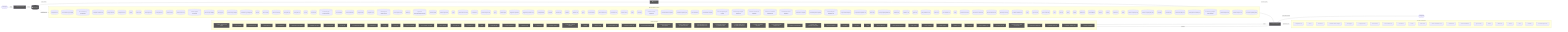
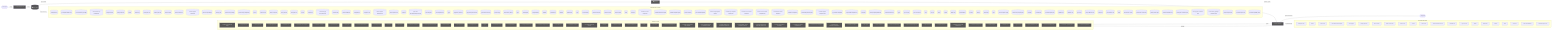
flowchart LR
  UserQ(["👤 User Query"])
  Embed["📐 Embedding Model"]
  VecDB[("📚 Vector Store")]
  Retriever["🔍 Retriever"]
  LLMNode["🧠 LLM / Generator"]
  Output(["✅ Response"])
  UserQ -->|query| Embed
  Embed -->|vector| VecDB
  VecDB -->|top-k chunks| Retriever
  Retriever -->|context + query| LLMNode
  LLMNode -->|generated answer| Output
  subgraph DetectedMemory["Detected memory stores"]
    det_detectedmemory_cli_dispatch_test_54c9f17b[("cli-dispatch.test")]
+     det_detectedmemory_pr_template_validator_test_569b1cef[("pr-template-validator.test")]
    det_detectedmemory_run_local_memory_preflight_36e92808[("run-local-memory-preflight")]
    det_detectedmemory_run_local_memory_preflight_test_1d7c5aa0[("run-local-memory-preflight.test")]
-     det_detectedmemory_pr_template_validator_test_569b1cef[("pr-template-validator.test")]
    det_detectedmemory_tooling_audit_test_d2aee28c[("tooling-audit.test")]
    det_detectedmemory_tooling_audit_core_328d6a41[("tooling-audit-core")]
    det_detectedmemory_search_24193290[("search")]
    det_detectedmemory_search_test_0c66bc11[("search.test")]
    det_detectedmemory_review_gate_test_000e2ed6[("review-gate.test")]
    det_detectedmemory_review_gate_core_4c8001f9[("review-gate-core")]
    det_detectedmemory_review_context_ca6cf81d[("review-context")]
    det_detectedmemory_review_context_test_89806d6c[("review-context.test")]
    det_detectedmemory_refresh_diagram_context_test_03bf21c4[("refresh-diagram-context.test")]
    det_detectedmemory_pattern_scope_siblings_43abe000[("pattern-scope-siblings")]
    det_detectedmemory_memory_gate_a577a506[("memory-gate")]
    det_detectedmemory_local_memory_preflight_dcc36c42[("local-memory-preflight")]
    det_detectedmemory_local_memory_preflight_test_5e323bbf[("local-memory-preflight.test")]
    det_detectedmemory_init_test_cbba76a6[("init.test")]
    det_detectedmemory_index_context_de3ed39d[("index-context")]
    det_detectedmemory_index_context_test_1949ea6f[("index-context.test")]
    det_detectedmemory_docs_gate_test_a25e972f[("docs-gate.test")]
    det_detectedmemory_docs_gate_core_eb9b6c18[("docs-gate-core")]
    det_detectedmemory_context_ea7792a2[("context")]
    det_detectedmemory_context_test_57aad306[("context.test")]
    det_detectedmemory_context_integrity_acceptance_test_59f961b1[("context-integrity-acceptance.test")]
    det_detectedmemory_context_health_80bb7da9[("context-health")]
    det_detectedmemory_context_health_test_3b5b87f3[("context-health.test")]
    det_detectedmemory_ci_migrate_test_2a015bb9[("ci-migrate.test")]
    det_detectedmemory_ci_migrate_core_7005b5af[("ci-migrate-core")]
    det_detectedmemory_check_diagram_freshness_test_c1dc40aa[("check-diagram-freshness.test")]
    det_detectedmemory_branch_protect_core_a8feb0fd[("branch-protect-core")]
    det_detectedmemory_brain_test_428d4d67[("brain.test")]
    det_detectedmemory_agent_first_throughput_integration_test_dc677cc4[("agent-first-throughput.integration.test")]
    det_detectedmemory_overload_guard_2748c559[("overload-guard")]
    det_detectedmemory_overload_guard_test_6ece9f86[("overload-guard.test")]
-     det_detectedmemory_types_2_d9bc6e7a[("types")]
+     det_detectedmemory_types_3_9675d69b[("types")]
+     det_detectedmemory_suggestion_generator_0956f794[("suggestion-generator")]
+     det_detectedmemory_suggestion_generator_test_f68e9892[("suggestion-generator.test")]
    det_detectedmemory_performance_overload_c685bfcf[("performance-overload")]
    det_detectedmemory_local_memory_0db17ecc[("local-memory")]
    det_detectedmemory_local_memory_smoke_1175abfc[("local-memory-smoke")]
-     det_detectedmemory_types_7_2f1ed65e[("types")]
+     det_detectedmemory_types_8_f6283648[("types")]
    det_detectedmemory_claim_helpers_20dc8387[("claim-helpers")]
-     det_detectedmemory_suggestion_generator_0956f794[("suggestion-generator")]
-     det_detectedmemory_suggestion_generator_test_f68e9892[("suggestion-generator.test")]
    det_detectedmemory_tooling_baseline_50ab2eeb[("tooling-baseline")]
    det_detectedmemory_classifier_fe1991a9[("classifier")]
    det_detectedmemory_classifier_test_3859cceb[("classifier.test")]
    det_detectedmemory_validator_1_0c0621d8[("validator")]
    det_detectedmemory_validator_test_1_c5015ca0[("validator.test")]
-     det_detectedmemory_types_11_4be3ee64[("types")]
+     det_detectedmemory_types_12_2b09659a[("types")]
    det_detectedmemory_metrics_tracker_98cec29c[("metrics-tracker")]
    det_detectedmemory_metrics_tracker_test_3de156fa[("metrics-tracker.test")]
    det_detectedmemory_branch_enforcer_acb749cd[("branch-enforcer")]
    det_detectedmemory_review_context_1_e3afed15[("review-context")]
    det_detectedmemory_index_2_10143590[("index")]
    det_detectedmemory_eval_seed_5699fd3e[("eval-seed")]
    det_detectedmemory_workflow_contract_scripts_test_681e2e3c[("workflow-contract-scripts.test")]
    det_detectedmemory_scaffold_workflow_template_92310587[("scaffold-workflow-template")]
    det_detectedmemory_scaffold_template_registry_b1cce2aa[("scaffold-template-registry")]
    det_detectedmemory_scaffold_surfaces_12d6494e[("scaffold-surfaces")]
    det_detectedmemory_scaffold_shell_templates_0ad0f915[("scaffold-shell-templates")]
    det_detectedmemory_scaffold_script_template_registry_69312d4e[("scaffold-script-template-registry")]
    det_detectedmemory_scaffold_script_template_registry_test_6a8ebefe[("scaffold-script-template-registry.test")]
    det_detectedmemory_scaffold_root_command_templates_404fed7f[("scaffold-root-command-templates")]
    det_detectedmemory_scaffold_root_command_templates_test_14596939[("scaffold-root-command-templates.test")]
    det_detectedmemory_scaffold_environment_templates_c1ceba6a[("scaffold-environment-templates")]
    det_detectedmemory_scaffold_doc_templates_f6152330[("scaffold-doc-templates")]
    det_detectedmemory_scaffold_diagram_templates_dd88e83c[("scaffold-diagram-templates")]
    det_detectedmemory_scaffold_diagram_templates_test_f3774c28[("scaffold-diagram-templates.test")]
    det_detectedmemory_project_brain_templates_7ef51530[("project-brain-templates")]
    det_detectedmemory_project_brain_templates_test_0b6509f2[("project-brain-templates.test")]
    det_detectedmemory_init_modes_c05ceb07[("init-modes")]
    det_detectedmemory_codex_preflight_symlink_test_037558db[("codex-preflight-symlink.test")]
-     det_detectedmemory_validator_test_5_2bb3219d[("validator.test")]
-     det_detectedmemory_validator_core_1_1518647e[("validator-core")]
-     det_detectedmemory_types_core_1_8bd0f8fd[("types-core")]
-     det_detectedmemory_policy_validators_core_714a3fe7[("policy-validators-core")]
-     det_detectedmemory_loader_test_03424671[("loader.test")]
-     det_detectedmemory_json_schema_core_96d7e328[("json-schema-core")]
-     det_detectedmemory_index_5_522f772a[("index")]
-     det_detectedmemory_harness_run_context_ac7c77a9[("harness-run-context")]
-     det_detectedmemory_harness_run_context_test_c6937fed[("harness-run-context.test")]
    det_detectedmemory_harness_decision_test_7e5a4fe5[("harness-decision.test")]
-     det_detectedmemory_branch_protect_sync_570adb18[("branch-protect-sync")]
-     det_detectedmemory_module_boundaries_test_c0caf46b[("module-boundaries.test")]
-     det_detectedmemory_types_20_071a0112[("types")]
+     det_detectedmemory_types_18_37582e2a[("types")]
    det_detectedmemory_sync_contract_c79fa191[("sync-contract")]
    det_detectedmemory_sync_contract_test_5dc3165c[("sync-contract.test")]
    det_detectedmemory_store_824d80d7[("store")]
    det_detectedmemory_sources_1_e133d97d[("sources")]
    det_detectedmemory_rollout_a4fa034c[("rollout")]
    det_detectedmemory_ollama_76e3c7bf[("ollama")]
    det_detectedmemory_ollama_test_71f9750e[("ollama.test")]
    det_detectedmemory_lexical_fallback_723e2b3e[("lexical-fallback")]
    det_detectedmemory_init_error_5c7dd49f[("init-error")]
    det_detectedmemory_indexer_70fa78e5[("indexer")]
    det_detectedmemory_indexer_test_d492f0aa[("indexer.test")]
-     det_detectedmemory_index_6_fc9e91e2[("index")]
+     det_detectedmemory_index_5_522f772a[("index")]
    det_detectedmemory_context_compact_policy_3dcaf95d[("context-compact-policy")]
    det_detectedmemory_context_compact_policy_test_da148267[("context-compact-policy.test")]
    det_detectedmemory_constants_7517017f[("constants")]
    det_detectedmemory_constants_test_5492ae98[("constants.test")]
    det_detectedmemory_command_registry_test_0cf92cba[("command-registry.test")]
+     det_detectedmemory_validator_test_5_2bb3219d[("validator.test")]
+     det_detectedmemory_validator_core_1_1518647e[("validator-core")]
+     det_detectedmemory_types_core_1_8bd0f8fd[("types-core")]
+     det_detectedmemory_policy_validators_core_714a3fe7[("policy-validators-core")]
+     det_detectedmemory_loader_test_03424671[("loader.test")]
+     det_detectedmemory_json_schema_core_96d7e328[("json-schema-core")]
+     det_detectedmemory_index_6_fc9e91e2[("index")]
+     det_detectedmemory_harness_run_context_ac7c77a9[("harness-run-context")]
+     det_detectedmemory_harness_run_context_test_c6937fed[("harness-run-context.test")]
+     det_detectedmemory_branch_protect_sync_570adb18[("branch-protect-sync")]
+     det_detectedmemory_module_boundaries_test_c0caf46b[("module-boundaries.test")]
    det_detectedmemory_review_gate_command_spec_3187376a[("review-gate-command-spec")]
+     det_detectedmemory_memory_gate_command_spec_dc9001a9[("memory-gate-command-spec")]
    det_detectedmemory_local_memory_preflight_command_spec_9e23f3ce[("local-memory-preflight-command-spec")]
    det_detectedmemory_command_specs_test_7f693e85[("command-specs.test")]
    det_detectedmemory_command_specs_core_1c0ffc99[("command-specs-core")]
    det_detectedmemory_command_capability_rules_ca3f496a[("command-capability-rules")]
  end
  VecDB -. "implemented by" .-> DetectedMemory
  subgraph DetectedLLM["Detected LLM clients"]
    det_detectedllm_cli_dispatch_test_54c9f17b["cli-dispatch.test"]
    det_detectedllm_search_24193290["search"]
    det_detectedllm_search_test_0c66bc11["search.test"]
    det_detectedllm_remediate_runner_helpers_929fedcc["remediate-runner-helpers"]
    det_detectedllm_prompt_gate_c5e9d207["prompt-gate"]
    det_detectedllm_prompt_gate_test_1a442b27["prompt-gate.test"]
    det_detectedllm_index_context_de3ed39d["index-context"]
    det_detectedllm_index_context_test_1949ea6f["index-context.test"]
    det_detectedllm_contract_test_2262847f["contract.test"]
    det_detectedllm_context_ea7792a2["context"]
    det_detectedllm_context_test_57aad306["context.test"]
    det_detectedllm_check_environment_core_2c16213f["check-environment-core"]
    det_detectedllm_sensitive_text_7c11f760["sensitive-text"]
-     det_detectedllm_north_star_validators_cfc926ce["north-star-validators"]
    det_detectedllm_sync_contract_c79fa191["sync-contract"]
    det_detectedllm_ollama_76e3c7bf["ollama"]
    det_detectedllm_ollama_test_71f9750e["ollama.test"]
    det_detectedllm_indexer_70fa78e5["indexer"]
-     det_detectedllm_index_6_fc9e91e2["index"]
+     det_detectedllm_index_5_522f772a["index"]
    det_detectedllm_constants_7517017f["constants"]
+     det_detectedllm_north_star_validators_cfc926ce["north-star-validators"]
    det_detectedllm_command_specs_core_1c0ffc99["command-specs-core"]
  end
  LLMNode -. "implemented by" .-> DetectedLLM
  subgraph DetectedTools["Agentic tool calls"]
    det_detectedtools_collect_observed_eval_usage_1724425c["🔧 collect-observed-eval-usage"]
    det_detectedtools_verify_work_test_0e12f6c5["🔧 verify-work.test"]
    det_detectedtools_review_gate_test_000e2ed6["🔧 review-gate.test"]
    det_detectedtools_review_gate_core_4c8001f9["🔧 review-gate-core"]
    det_detectedtools_remediate_test_6f59cafe["🔧 remediate.test"]
    det_detectedtools_remediate_runner_helpers_929fedcc["🔧 remediate-runner-helpers"]
    det_detectedtools_remediate_cli_output_cc165396["🔧 remediate-cli-output"]
    det_detectedtools_pr_closeout_test_1_be1a0df1["🔧 pr-closeout.test"]
    det_detectedtools_policy_gate_213f7313["🔧 policy-gate"]
    det_detectedtools_next_blocked_decisions_4140ad2b["🔧 next-blocked-decisions"]
    det_detectedtools_learnings_test_e45e0253["🔧 learnings.test"]
    det_detectedtools_init_test_cbba76a6["🔧 init.test"]
    det_detectedtools_doctor_test_e032e8b5["🔧 doctor.test"]
    det_detectedtools_doctor_tool_checks_4acac51a["🔧 doctor-tool-checks"]
    det_detectedtools_doctor_github_tool_checks_a53b0382["🔧 doctor-github-tool-checks"]
    det_detectedtools_doctor_checks_5a2eb2b9["🔧 doctor-checks"]
    det_detectedtools_docs_gate_test_a25e972f["🔧 docs-gate.test"]
    det_detectedtools_ci_migrate_core_7005b5af["🔧 ci-migrate-core"]
-     det_detectedtools_types_4_822d0f88["🔧 types"]
+     det_detectedtools_types_1_4ecdf56e["🔧 types"]
+     det_detectedtools_orchestrator_test_1_c291cde7["🔧 orchestrator.test"]
    det_detectedtools_tooling_baseline_50ab2eeb["🔧 tooling-baseline"]
    det_detectedtools_tooling_baseline_test_d272ddb6["🔧 tooling-baseline.test"]
-     det_detectedtools_orchestrator_test_1_c291cde7["🔧 orchestrator.test"]
+     det_detectedtools_evaluation_engine_core_e054fe49["🔧 evaluation-engine-core"]
    det_detectedtools_normalise_test_73e8a615["🔧 normalise.test"]
    det_detectedtools_normalise_renderer_85f2e563["🔧 normalise-renderer"]
    det_detectedtools_normalise_he_phase_exit_test_1788efc4["🔧 normalise-he-phase-exit.test"]
    det_detectedtools_validator_1_0c0621d8["🔧 validator"]
    det_detectedtools_metrics_tracker_98cec29c["🔧 metrics-tracker"]
    det_detectedtools_metrics_tracker_test_3de156fa["🔧 metrics-tracker.test"]
-     det_detectedtools_evaluation_engine_core_e054fe49["🔧 evaluation-engine-core"]
+     det_detectedtools_client_1_914e1681["🔧 client"]
+     det_detectedtools_pr_creator_dc6b1ea4["🔧 pr-creator"]
    det_detectedtools_scaffold_shell_quality_test_79567d03["🔧 scaffold-shell-quality.test"]
    det_detectedtools_scaffold_release_private_npm_template_075499f8["🔧 scaffold-release-private-npm-template"]
    det_detectedtools_scaffold_github_actions_pr_pipeline_template_e2b85f62["🔧 scaffold-github-actions-pr-pipeline-template"]
    det_detectedtools_scaffold_github_actions_pr_pipeline_template_test_be464a7b["🔧 scaffold-github-actions-pr-pipeline-template.test"]
    det_detectedtools_scaffold_github_actions_pr_pipeline_renderer_1ee18de5["🔧 scaffold-github-actions-pr-pipeline-renderer"]
    det_detectedtools_scaffold_github_actions_pr_pipeline_renderer_test_2cc38272["🔧 scaffold-github-actions-pr-pipeline-renderer.test"]
    det_detectedtools_scaffold_environment_templates_c1ceba6a["🔧 scaffold-environment-templates"]
    det_detectedtools_scaffold_environment_templates_test_b31b6a0c["🔧 scaffold-environment-templates.test"]
    det_detectedtools_scaffold_config_templates_4b80ce53["🔧 scaffold-config-templates"]
    det_detectedtools_scaffold_codex_environment_templates_334fbbed["🔧 scaffold-codex-environment-templates"]
    det_detectedtools_scaffold_ci_templates_2afd6392["🔧 scaffold-ci-templates"]
    det_detectedtools_init_output_360dce91["🔧 init-output"]
-     det_detectedtools_pr_creator_dc6b1ea4["🔧 pr-creator"]
-     det_detectedtools_client_1_914e1681["🔧 client"]
+     det_detectedtools_closure_evidence_aaa31467["🔧 closure-evidence"]
    det_detectedtools_observed_skill_usage_ed7d5930["🔧 observed-skill-usage"]
    det_detectedtools_observed_skill_usage_test_311c215a["🔧 observed-skill-usage.test"]
    det_detectedtools_ralph_runtime_73d63c0e["🔧 ralph-runtime"]
-     det_detectedtools_closure_evidence_aaa31467["🔧 closure-evidence"]
+     det_detectedtools_he_phase_exit_core_1148895b["🔧 he-phase-exit-core"]
+     det_detectedtools_harness_closeout_gate_contracts_test_db1c74a7["🔧 harness-closeout-gate-contracts.test"]
+     det_detectedtools_command_registry_test_0cf92cba["🔧 command-registry.test"]
    det_detectedtools_validator_helpers_7b927667["🔧 validator-helpers"]
    det_detectedtools_validator_core_1_1518647e["🔧 validator-core"]
    det_detectedtools_types_core_1_8bd0f8fd["🔧 types-core"]
    det_detectedtools_policy_validators_core_714a3fe7["🔧 policy-validators-core"]
-     det_detectedtools_he_phase_exit_core_1148895b["🔧 he-phase-exit-core"]
-     det_detectedtools_harness_closeout_gate_contracts_test_db1c74a7["🔧 harness-closeout-gate-contracts.test"]
    det_detectedtools_module_boundaries_test_c0caf46b["🔧 module-boundaries.test"]
-     det_detectedtools_command_registry_test_0cf92cba["🔧 command-registry.test"]
    det_detectedtools_command_capability_rules_ca3f496a["🔧 command-capability-rules"]
    det_detectedtools_command_capabilities_a4d5c71e["🔧 command-capabilities"]
  end
  LLMNode -->|tool use| DetectedTools
  DetectedTools -->|result| LLMNode
  classDef memNode fill:#555,color:#fff
  class VecDB,Retriever memNode
  classDef llmNode fill:#555,color:#fff
  class LLMNode,Embed llmNode
  classDef toolNode fill:#555,color:#fff
-   class det_detectedtools_collect_observed_eval_usage_1724425c,det_detectedtools_verify_work_test_0e12f6c5,det_detectedtools_review_gate_test_000e2ed6,det_detectedtools_review_gate_core_4c8001f9,det_detectedtools_remediate_test_6f59cafe,det_detectedtools_remediate_runner_helpers_929fedcc,det_detectedtools_remediate_cli_output_cc165396,det_detectedtools_pr_closeout_test_1_be1a0df1,det_detectedtools_policy_gate_213f7313,det_detectedtools_next_blocked_decisions_4140ad2b,det_detectedtools_learnings_test_e45e0253,det_detectedtools_init_test_cbba76a6,det_detectedtools_doctor_test_e032e8b5,det_detectedtools_doctor_tool_checks_4acac51a,det_detectedtools_doctor_github_tool_checks_a53b0382,det_detectedtools_doctor_checks_5a2eb2b9,det_detectedtools_docs_gate_test_a25e972f,det_detectedtools_ci_migrate_core_7005b5af,det_detectedtools_types_4_822d0f88,det_detectedtools_tooling_baseline_50ab2eeb,det_detectedtools_tooling_baseline_test_d272ddb6,det_detectedtools_orchestrator_test_1_c291cde7,det_detectedtools_normalise_test_73e8a615,det_detectedtools_normalise_renderer_85f2e563,det_detectedtools_normalise_he_phase_exit_test_1788efc4,det_detectedtools_validator_1_0c0621d8,det_detectedtools_metrics_tracker_98cec29c,det_detectedtools_metrics_tracker_test_3de156fa,det_detectedtools_evaluation_engine_core_e054fe49,det_detectedtools_scaffold_shell_quality_test_79567d03,det_detectedtools_scaffold_release_private_npm_template_075499f8,det_detectedtools_scaffold_github_actions_pr_pipeline_template_e2b85f62,det_detectedtools_scaffold_github_actions_pr_pipeline_template_test_be464a7b,det_detectedtools_scaffold_github_actions_pr_pipeline_renderer_1ee18de5,det_detectedtools_scaffold_github_actions_pr_pipeline_renderer_test_2cc38272,det_detectedtools_scaffold_environment_templates_c1ceba6a,det_detectedtools_scaffold_environment_templates_test_b31b6a0c,det_detectedtools_scaffold_config_templates_4b80ce53,det_detectedtools_scaffold_codex_environment_templates_334fbbed,det_detectedtools_scaffold_ci_templates_2afd6392,det_detectedtools_init_output_360dce91,det_detectedtools_pr_creator_dc6b1ea4,det_detectedtools_client_1_914e1681,det_detectedtools_observed_skill_usage_ed7d5930,det_detectedtools_observed_skill_usage_test_311c215a,det_detectedtools_ralph_runtime_73d63c0e,det_detectedtools_closure_evidence_aaa31467,det_detectedtools_validator_helpers_7b927667,det_detectedtools_validator_core_1_1518647e,det_detectedtools_types_core_1_8bd0f8fd,det_detectedtools_policy_validators_core_714a3fe7,det_detectedtools_he_phase_exit_core_1148895b,det_detectedtools_harness_closeout_gate_contracts_test_db1c74a7,det_detectedtools_module_boundaries_test_c0caf46b,det_detectedtools_command_registry_test_0cf92cba,det_detectedtools_command_capability_rules_ca3f496a,det_detectedtools_command_capabilities_a4d5c71e toolNode
+   class det_detectedtools_collect_observed_eval_usage_1724425c,det_detectedtools_verify_work_test_0e12f6c5,det_detectedtools_review_gate_test_000e2ed6,det_detectedtools_review_gate_core_4c8001f9,det_detectedtools_remediate_test_6f59cafe,det_detectedtools_remediate_runner_helpers_929fedcc,det_detectedtools_remediate_cli_output_cc165396,det_detectedtools_pr_closeout_test_1_be1a0df1,det_detectedtools_policy_gate_213f7313,det_detectedtools_next_blocked_decisions_4140ad2b,det_detectedtools_learnings_test_e45e0253,det_detectedtools_init_test_cbba76a6,det_detectedtools_doctor_test_e032e8b5,det_detectedtools_doctor_tool_checks_4acac51a,det_detectedtools_doctor_github_tool_checks_a53b0382,det_detectedtools_doctor_checks_5a2eb2b9,det_detectedtools_docs_gate_test_a25e972f,det_detectedtools_ci_migrate_core_7005b5af,det_detectedtools_types_1_4ecdf56e,det_detectedtools_orchestrator_test_1_c291cde7,det_detectedtools_tooling_baseline_50ab2eeb,det_detectedtools_tooling_baseline_test_d272ddb6,det_detectedtools_evaluation_engine_core_e054fe49,det_detectedtools_normalise_test_73e8a615,det_detectedtools_normalise_renderer_85f2e563,det_detectedtools_normalise_he_phase_exit_test_1788efc4,det_detectedtools_validator_1_0c0621d8,det_detectedtools_metrics_tracker_98cec29c,det_detectedtools_metrics_tracker_test_3de156fa,det_detectedtools_client_1_914e1681,det_detectedtools_pr_creator_dc6b1ea4,det_detectedtools_scaffold_shell_quality_test_79567d03,det_detectedtools_scaffold_release_private_npm_template_075499f8,det_detectedtools_scaffold_github_actions_pr_pipeline_template_e2b85f62,det_detectedtools_scaffold_github_actions_pr_pipeline_template_test_be464a7b,det_detectedtools_scaffold_github_actions_pr_pipeline_renderer_1ee18de5,det_detectedtools_scaffold_github_actions_pr_pipeline_renderer_test_2cc38272,det_detectedtools_scaffold_environment_templates_c1ceba6a,det_detectedtools_scaffold_environment_templates_test_b31b6a0c,det_detectedtools_scaffold_config_templates_4b80ce53,det_detectedtools_scaffold_codex_environment_templates_334fbbed,det_detectedtools_scaffold_ci_templates_2afd6392,det_detectedtools_init_output_360dce91,det_detectedtools_closure_evidence_aaa31467,det_detectedtools_observed_skill_usage_ed7d5930,det_detectedtools_observed_skill_usage_test_311c215a,det_detectedtools_ralph_runtime_73d63c0e,det_detectedtools_he_phase_exit_core_1148895b,det_detectedtools_harness_closeout_gate_contracts_test_db1c74a7,det_detectedtools_command_registry_test_0cf92cba,det_detectedtools_validator_helpers_7b927667,det_detectedtools_validator_core_1_1518647e,det_detectedtools_types_core_1_8bd0f8fd,det_detectedtools_policy_validators_core_714a3fe7,det_detectedtools_module_boundaries_test_c0caf46b,det_detectedtools_command_capability_rules_ca3f496a,det_detectedtools_command_capabilities_a4d5c71e toolNode
